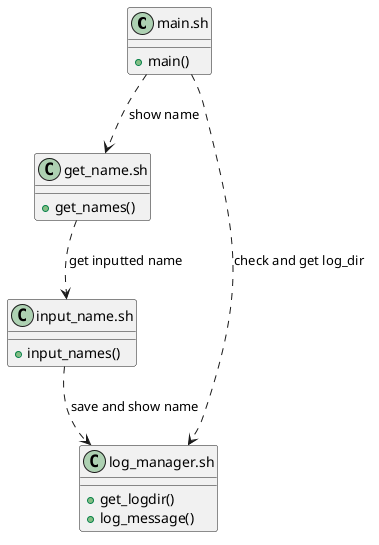
This is docs/load-name_class.png from Jumacde/shellscript_loadname, a PlantUML export, as it was before one commit.
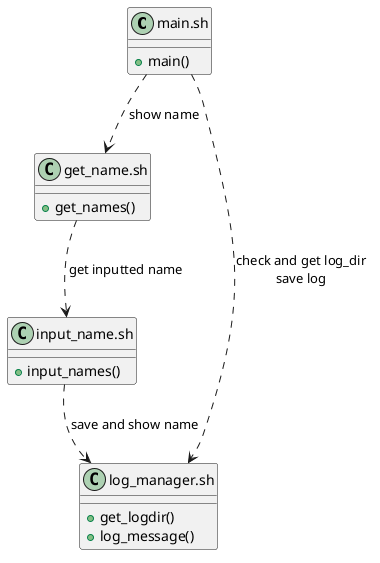
Later version of the same file.

Commit message:
edit class diagram

Change to the diagram source:
```diff
@@ -13,7 +13,7 @@
 		+ log_message()
 	}
 
-main ..> log: check and get log_dir
+main ..> log: check and get log_dir\nsave log
 get ..> input: get inputted name
 input ..> log: save and show name
 main ..> get: show name
```
